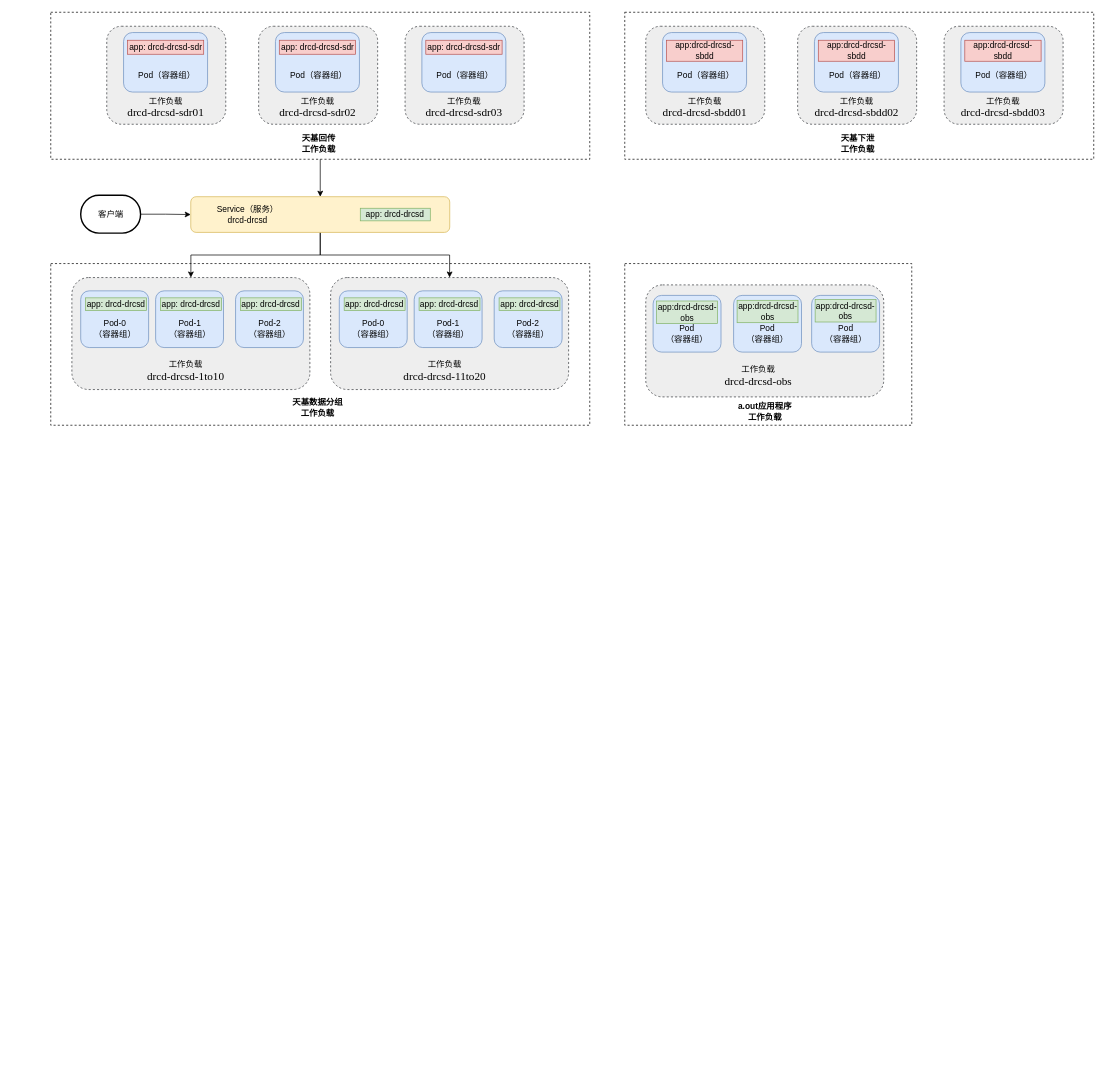
Earlier version of the draw.io diagram page "数据接收与分发软件" (1 of 24) of xw实体模块（软件）部署.drawio (LingClassmate/diagrams). Source tidied: cells renumbered, new cells numbered last; positions are measured from the earlier drawing's top-left corner, leaving out a move shared by most shapes. Both pictures are drawn from the tidied source at 70%, with x=0, y=0 at pixel (50, 12).
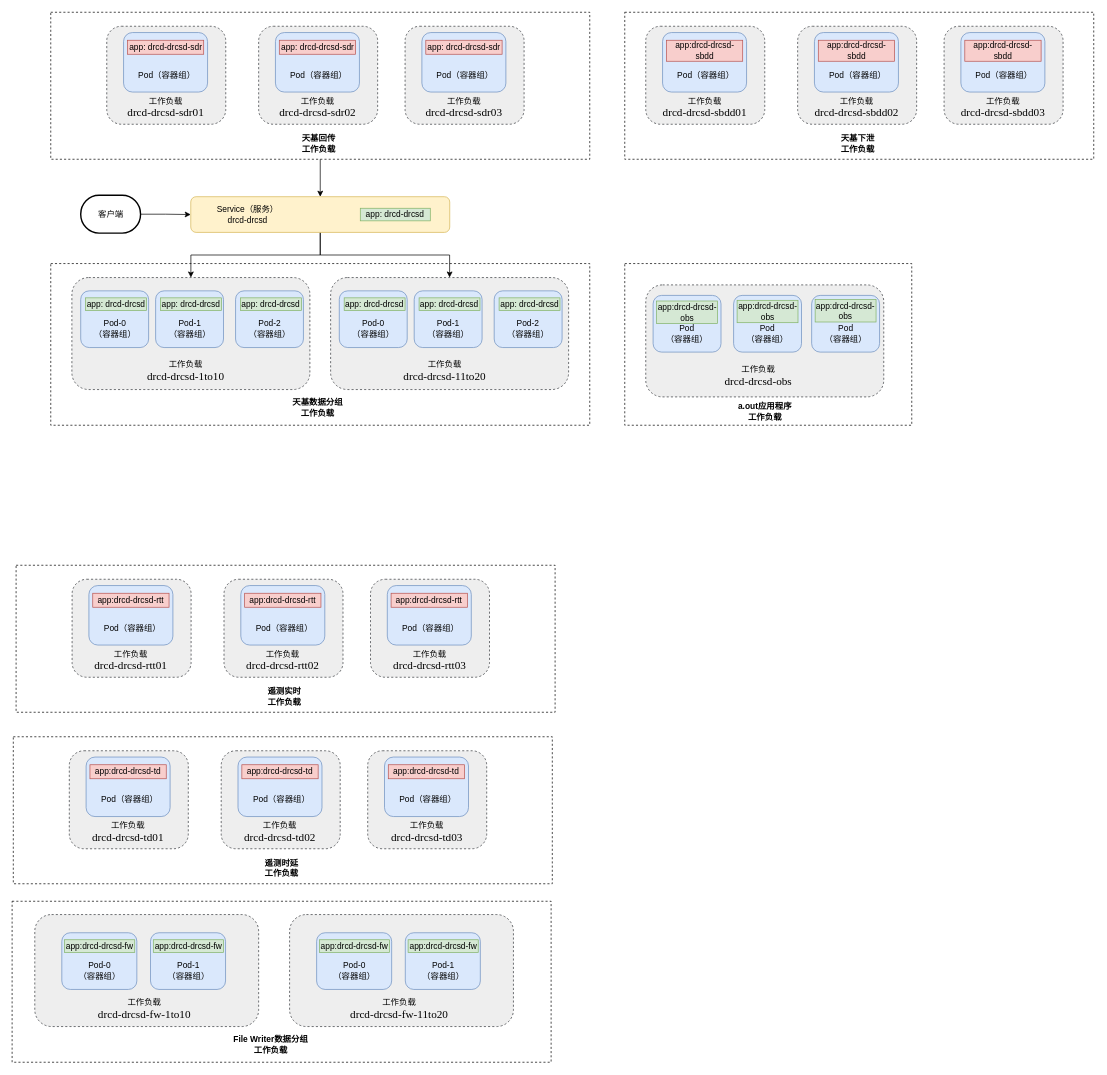
Above is the later version.

Commit message (it also covers changes not shown here):
更新xw实体模块（软件）部署.drawio

Diff of the diagram source:
```diff
@@
+    <mxCell id="81" style="rounded=0;whiteSpace=wrap;html=1;fillColor=none;dashed=1;" parent="1" vertex="1">
+      <mxGeometry x="-55.2" y="1270" width="770" height="230" as="geometry" />
+    </mxCell>
@@
+    <mxCell id="82" style="rounded=0;whiteSpace=wrap;html=1;fillColor=none;dashed=1;" parent="1" vertex="1">
+      <mxGeometry x="-49.5" y="790" width="770" height="210" as="geometry" />
+    </mxCell>
+    <mxCell id="83" style="rounded=1;whiteSpace=wrap;html=1;dashed=1;fillColor=#eeeeee;strokeColor=#36393d;" parent="1" vertex="1">
+      <mxGeometry x="30.5" y="810" width="170" height="140" as="geometry" />
+    </mxCell>
+    <mxCell id="84" style="rounded=1;whiteSpace=wrap;html=1;fillColor=#dae8fc;strokeColor=#6c8ebf;" parent="1" vertex="1">
+      <mxGeometry x="54.5" y="819" width="120" height="85" as="geometry" />
+    </mxCell>
+    <mxCell id="85" value="app:drcd-drcsd-rtt" style="rounded=0;whiteSpace=wrap;html=1;fillColor=#f8cecc;strokeColor=#b85450;" parent="1" vertex="1">
+      <mxGeometry x="60" y="830" width="109" height="20" as="geometry" />
+    </mxCell>
+    <mxCell id="86" value="&lt;div&gt;工作负载&lt;/div&gt;&lt;div&gt;&lt;span style=&quot;font-size:12.0pt;mso-bidi-font-size:&lt;br/&gt;10.0pt;font-family:&amp;quot;Times New Roman&amp;quot;,serif;mso-fareast-font-family:宋体;&lt;br/&gt;mso-ansi-language:EN-US;mso-fareast-language:ZH-CN;mso-bidi-language:AR-SA&quot; lang=&quot;EN-US&quot;&gt;drcd-drcsd-rtt01&lt;/span&gt;&lt;/div&gt;" style="text;html=1;align=center;verticalAlign=middle;whiteSpace=wrap;rounded=0;" parent="1" vertex="1">
+      <mxGeometry x="24.2" y="911" width="180.5" height="30" as="geometry" />
+    </mxCell>
+    <mxCell id="87" value="Pod（容器组）" style="text;html=1;align=center;verticalAlign=middle;whiteSpace=wrap;rounded=0;" parent="1" vertex="1">
+      <mxGeometry x="66.5" y="865" width="100" height="30" as="geometry" />
+    </mxCell>
+    <mxCell id="88" style="rounded=1;whiteSpace=wrap;html=1;dashed=1;fillColor=#eeeeee;strokeColor=#36393d;" parent="1" vertex="1">
+      <mxGeometry x="247.5" y="810" width="170" height="140" as="geometry" />
+    </mxCell>
+    <mxCell id="89" style="rounded=1;whiteSpace=wrap;html=1;fillColor=#dae8fc;strokeColor=#6c8ebf;" parent="1" vertex="1">
+      <mxGeometry x="271.5" y="819" width="120" height="85" as="geometry" />
+    </mxCell>
+    <mxCell id="90" value="app:drcd-drcsd-rtt" style="rounded=0;whiteSpace=wrap;html=1;fillColor=#f8cecc;strokeColor=#b85450;" parent="1" vertex="1">
+      <mxGeometry x="277" y="830" width="109" height="20" as="geometry" />
+    </mxCell>
+    <mxCell id="91" value="&lt;div&gt;工作负载&lt;/div&gt;&lt;div&gt;&lt;span style=&quot;font-size:12.0pt;mso-bidi-font-size:&lt;br/&gt;10.0pt;font-family:&amp;quot;Times New Roman&amp;quot;,serif;mso-fareast-font-family:宋体;&lt;br/&gt;mso-ansi-language:EN-US;mso-fareast-language:ZH-CN;mso-bidi-language:AR-SA&quot; lang=&quot;EN-US&quot;&gt;drcd-drcsd-rtt02&lt;/span&gt;&lt;/div&gt;" style="text;html=1;align=center;verticalAlign=middle;whiteSpace=wrap;rounded=0;" parent="1" vertex="1">
+      <mxGeometry x="241.2" y="911" width="180.5" height="30" as="geometry" />
+    </mxCell>
+    <mxCell id="92" value="Pod（容器组）" style="text;html=1;align=center;verticalAlign=middle;whiteSpace=wrap;rounded=0;" parent="1" vertex="1">
+      <mxGeometry x="283.5" y="865" width="100" height="30" as="geometry" />
+    </mxCell>
+    <mxCell id="93" style="rounded=1;whiteSpace=wrap;html=1;dashed=1;fillColor=#eeeeee;strokeColor=#36393d;" parent="1" vertex="1">
+      <mxGeometry x="456.8" y="810" width="170" height="140" as="geometry" />
+    </mxCell>
+    <mxCell id="94" style="rounded=1;whiteSpace=wrap;html=1;fillColor=#dae8fc;strokeColor=#6c8ebf;" parent="1" vertex="1">
+      <mxGeometry x="480.8" y="819" width="120" height="85" as="geometry" />
+    </mxCell>
+    <mxCell id="95" value="app:drcd-drcsd-rtt" style="rounded=0;whiteSpace=wrap;html=1;fillColor=#f8cecc;strokeColor=#b85450;" parent="1" vertex="1">
+      <mxGeometry x="486.2" y="830" width="109" height="20" as="geometry" />
+    </mxCell>
+    <mxCell id="96" value="&lt;div&gt;工作负载&lt;/div&gt;&lt;div&gt;&lt;span style=&quot;font-size:12.0pt;mso-bidi-font-size:&lt;br/&gt;10.0pt;font-family:&amp;quot;Times New Roman&amp;quot;,serif;mso-fareast-font-family:宋体;&lt;br/&gt;mso-ansi-language:EN-US;mso-fareast-language:ZH-CN;mso-bidi-language:AR-SA&quot; lang=&quot;EN-US&quot;&gt;drcd-drcsd-rtt03&lt;/span&gt;&lt;/div&gt;" style="text;html=1;align=center;verticalAlign=middle;whiteSpace=wrap;rounded=0;" parent="1" vertex="1">
+      <mxGeometry x="450.5" y="911" width="180.5" height="30" as="geometry" />
+    </mxCell>
+    <mxCell id="97" value="Pod（容器组）" style="text;html=1;align=center;verticalAlign=middle;whiteSpace=wrap;rounded=0;" parent="1" vertex="1">
+      <mxGeometry x="492.8" y="865" width="100" height="30" as="geometry" />
+    </mxCell>
+    <mxCell id="98" value="遥测实时&lt;br&gt;工作负载" style="text;html=1;align=center;verticalAlign=middle;whiteSpace=wrap;rounded=0;fontStyle=1;" parent="1" vertex="1">
+      <mxGeometry x="303.5" y="963" width="60" height="30" as="geometry" />
+    </mxCell>
+    <mxCell id="99" style="rounded=0;whiteSpace=wrap;html=1;fillColor=none;dashed=1;" parent="1" vertex="1">
+      <mxGeometry x="-53.5" y="1035" width="770" height="210" as="geometry" />
+    </mxCell>
+    <mxCell id="100" style="rounded=1;whiteSpace=wrap;html=1;dashed=1;fillColor=#eeeeee;strokeColor=#36393d;" parent="1" vertex="1">
+      <mxGeometry x="26.5" y="1055" width="170" height="140" as="geometry" />
+    </mxCell>
+    <mxCell id="101" style="rounded=1;whiteSpace=wrap;html=1;fillColor=#dae8fc;strokeColor=#6c8ebf;" parent="1" vertex="1">
+      <mxGeometry x="50.5" y="1064" width="120" height="85" as="geometry" />
+    </mxCell>
+    <mxCell id="102" value="app:drcd-drcsd-td" style="rounded=0;whiteSpace=wrap;html=1;fillColor=#f8cecc;strokeColor=#b85450;" parent="1" vertex="1">
+      <mxGeometry x="56" y="1075" width="109" height="20" as="geometry" />
+    </mxCell>
+    <mxCell id="103" value="&lt;div&gt;工作负载&lt;/div&gt;&lt;div&gt;&lt;span style=&quot;font-size:12.0pt;mso-bidi-font-size:&lt;br/&gt;10.0pt;font-family:&amp;quot;Times New Roman&amp;quot;,serif;mso-fareast-font-family:宋体;&lt;br/&gt;mso-ansi-language:EN-US;mso-fareast-language:ZH-CN;mso-bidi-language:AR-SA&quot; lang=&quot;EN-US&quot;&gt;drcd-drcsd-td01&lt;/span&gt;&lt;/div&gt;" style="text;html=1;align=center;verticalAlign=middle;whiteSpace=wrap;rounded=0;" parent="1" vertex="1">
+      <mxGeometry x="20.2" y="1156" width="180.5" height="30" as="geometry" />
+    </mxCell>
+    <mxCell id="104" value="Pod（容器组）" style="text;html=1;align=center;verticalAlign=middle;whiteSpace=wrap;rounded=0;" parent="1" vertex="1">
+      <mxGeometry x="62.5" y="1110" width="100" height="30" as="geometry" />
+    </mxCell>
+    <mxCell id="105" style="rounded=1;whiteSpace=wrap;html=1;dashed=1;fillColor=#eeeeee;strokeColor=#36393d;" parent="1" vertex="1">
+      <mxGeometry x="243.5" y="1055" width="170" height="140" as="geometry" />
+    </mxCell>
+    <mxCell id="106" style="rounded=1;whiteSpace=wrap;html=1;fillColor=#dae8fc;strokeColor=#6c8ebf;" parent="1" vertex="1">
+      <mxGeometry x="267.5" y="1064" width="120" height="85" as="geometry" />
+    </mxCell>
+    <mxCell id="107" value="app:drcd-drcsd-td" style="rounded=0;whiteSpace=wrap;html=1;fillColor=#f8cecc;strokeColor=#b85450;" parent="1" vertex="1">
+      <mxGeometry x="273" y="1075" width="109" height="20" as="geometry" />
+    </mxCell>
+    <mxCell id="108" value="&lt;div&gt;工作负载&lt;/div&gt;&lt;div&gt;&lt;span style=&quot;font-size:12.0pt;mso-bidi-font-size:&lt;br/&gt;10.0pt;font-family:&amp;quot;Times New Roman&amp;quot;,serif;mso-fareast-font-family:宋体;&lt;br/&gt;mso-ansi-language:EN-US;mso-fareast-language:ZH-CN;mso-bidi-language:AR-SA&quot; lang=&quot;EN-US&quot;&gt;drcd-drcsd-td02&lt;/span&gt;&lt;/div&gt;" style="text;html=1;align=center;verticalAlign=middle;whiteSpace=wrap;rounded=0;" parent="1" vertex="1">
+      <mxGeometry x="237.2" y="1156" width="180.5" height="30" as="geometry" />
+    </mxCell>
+    <mxCell id="109" value="Pod（容器组）" style="text;html=1;align=center;verticalAlign=middle;whiteSpace=wrap;rounded=0;" parent="1" vertex="1">
+      <mxGeometry x="279.5" y="1110" width="100" height="30" as="geometry" />
+    </mxCell>
+    <mxCell id="110" style="rounded=1;whiteSpace=wrap;html=1;dashed=1;fillColor=#eeeeee;strokeColor=#36393d;" parent="1" vertex="1">
+      <mxGeometry x="452.8" y="1055" width="170" height="140" as="geometry" />
+    </mxCell>
+    <mxCell id="111" style="rounded=1;whiteSpace=wrap;html=1;fillColor=#dae8fc;strokeColor=#6c8ebf;" parent="1" vertex="1">
+      <mxGeometry x="476.8" y="1064" width="120" height="85" as="geometry" />
+    </mxCell>
+    <mxCell id="112" value="app:drcd-drcsd-td" style="rounded=0;whiteSpace=wrap;html=1;fillColor=#f8cecc;strokeColor=#b85450;" parent="1" vertex="1">
+      <mxGeometry x="482.2" y="1075" width="109" height="20" as="geometry" />
+    </mxCell>
+    <mxCell id="113" value="&lt;div&gt;工作负载&lt;/div&gt;&lt;div&gt;&lt;span style=&quot;font-size:12.0pt;mso-bidi-font-size:&lt;br/&gt;10.0pt;font-family:&amp;quot;Times New Roman&amp;quot;,serif;mso-fareast-font-family:宋体;&lt;br/&gt;mso-ansi-language:EN-US;mso-fareast-language:ZH-CN;mso-bidi-language:AR-SA&quot; lang=&quot;EN-US&quot;&gt;drcd-drcsd-td03&lt;/span&gt;&lt;/div&gt;" style="text;html=1;align=center;verticalAlign=middle;whiteSpace=wrap;rounded=0;" parent="1" vertex="1">
+      <mxGeometry x="446.5" y="1156" width="180.5" height="30" as="geometry" />
+    </mxCell>
+    <mxCell id="114" value="Pod（容器组）" style="text;html=1;align=center;verticalAlign=middle;whiteSpace=wrap;rounded=0;" parent="1" vertex="1">
+      <mxGeometry x="488.8" y="1110" width="100" height="30" as="geometry" />
+    </mxCell>
+    <mxCell id="115" value="遥测时延&lt;br&gt;工作负载" style="text;html=1;align=center;verticalAlign=middle;whiteSpace=wrap;rounded=0;fontStyle=1;" parent="1" vertex="1">
+      <mxGeometry x="299.5" y="1208" width="60" height="30" as="geometry" />
+    </mxCell>
+    <mxCell id="116" style="rounded=1;whiteSpace=wrap;html=1;dashed=1;fillColor=#eeeeee;strokeColor=#36393d;" parent="1" vertex="1">
+      <mxGeometry x="-22.8" y="1289" width="319.8" height="160" as="geometry" />
+    </mxCell>
+    <mxCell id="117" style="rounded=1;whiteSpace=wrap;html=1;fillColor=#dae8fc;strokeColor=#6c8ebf;" parent="1" vertex="1">
+      <mxGeometry x="15.8" y="1315" width="107.2" height="81" as="geometry" />
+    </mxCell>
+    <mxCell id="118" value="app:drcd-drcsd-fw" style="rounded=0;whiteSpace=wrap;html=1;fillColor=#d5e8d4;strokeColor=#82b366;" parent="1" vertex="1">
+      <mxGeometry x="19.8" y="1325" width="100.2" height="18" as="geometry" />
+    </mxCell>
+    <mxCell id="119" value="&lt;div&gt;工作负载&lt;/div&gt;&lt;div&gt;&lt;span style=&quot;font-size:12.0pt;mso-bidi-font-size:&lt;br/&gt;10.0pt;font-family:&amp;quot;Times New Roman&amp;quot;,serif;mso-fareast-font-family:宋体;&lt;br/&gt;mso-ansi-language:EN-US;mso-fareast-language:ZH-CN;mso-bidi-language:AR-SA&quot; lang=&quot;EN-US&quot;&gt;drcd-drcsd-fw-1to10&lt;/span&gt;&lt;/div&gt;" style="text;html=1;align=center;verticalAlign=middle;whiteSpace=wrap;rounded=0;" parent="1" vertex="1">
+      <mxGeometry x="19" y="1409" width="230" height="30" as="geometry" />
+    </mxCell>
+    <mxCell id="120" value="Pod-0&lt;br&gt;（容器组）" style="text;html=1;align=center;verticalAlign=middle;whiteSpace=wrap;rounded=0;" parent="1" vertex="1">
+      <mxGeometry x="37.1" y="1354" width="65.5" height="30" as="geometry" />
+    </mxCell>
+    <mxCell id="121" value="File Writer数据分组&lt;br&gt;工作负载" style="text;html=1;align=center;verticalAlign=middle;whiteSpace=wrap;rounded=0;fontStyle=1;" parent="1" vertex="1">
+      <mxGeometry x="255.2" y="1460" width="118.5" height="30" as="geometry" />
+    </mxCell>
+    <mxCell id="122" style="rounded=1;whiteSpace=wrap;html=1;fillColor=#dae8fc;strokeColor=#6c8ebf;" parent="1" vertex="1">
+      <mxGeometry x="142.5" y="1315" width="107.2" height="81" as="geometry" />
+    </mxCell>
+    <mxCell id="123" value="app:drcd-drcsd-fw" style="rounded=0;whiteSpace=wrap;html=1;fillColor=#d5e8d4;strokeColor=#82b366;" parent="1" vertex="1">
+      <mxGeometry x="146.5" y="1325" width="100.2" height="18" as="geometry" />
+    </mxCell>
+    <mxCell id="124" value="Pod-1&lt;br&gt;（容器组）" style="text;html=1;align=center;verticalAlign=middle;whiteSpace=wrap;rounded=0;" parent="1" vertex="1">
+      <mxGeometry x="163.9" y="1354" width="65.5" height="30" as="geometry" />
+    </mxCell>
+    <mxCell id="125" style="rounded=1;whiteSpace=wrap;html=1;dashed=1;fillColor=#eeeeee;strokeColor=#36393d;" parent="1" vertex="1">
+      <mxGeometry x="341.2" y="1289" width="319.8" height="160" as="geometry" />
+    </mxCell>
+    <mxCell id="126" style="rounded=1;whiteSpace=wrap;html=1;fillColor=#dae8fc;strokeColor=#6c8ebf;" parent="1" vertex="1">
+      <mxGeometry x="379.8" y="1315" width="107.2" height="81" as="geometry" />
+    </mxCell>
+    <mxCell id="127" value="app:drcd-drcsd-fw" style="rounded=0;whiteSpace=wrap;html=1;fillColor=#d5e8d4;strokeColor=#82b366;" parent="1" vertex="1">
+      <mxGeometry x="383.8" y="1325" width="100.2" height="18" as="geometry" />
+    </mxCell>
+    <mxCell id="128" value="&lt;div&gt;工作负载&lt;/div&gt;&lt;div&gt;&lt;span style=&quot;font-size:12.0pt;mso-bidi-font-size:&lt;br/&gt;10.0pt;font-family:&amp;quot;Times New Roman&amp;quot;,serif;mso-fareast-font-family:宋体;&lt;br/&gt;mso-ansi-language:EN-US;mso-fareast-language:ZH-CN;mso-bidi-language:AR-SA&quot; lang=&quot;EN-US&quot;&gt;drcd-drcsd-fw-11to20&lt;/span&gt;&lt;/div&gt;" style="text;html=1;align=center;verticalAlign=middle;whiteSpace=wrap;rounded=0;" parent="1" vertex="1">
+      <mxGeometry x="383" y="1409" width="230" height="30" as="geometry" />
+    </mxCell>
+    <mxCell id="129" value="Pod-0&lt;br&gt;（容器组）" style="text;html=1;align=center;verticalAlign=middle;whiteSpace=wrap;rounded=0;" parent="1" vertex="1">
+      <mxGeometry x="401.1" y="1354" width="65.5" height="30" as="geometry" />
+    </mxCell>
+    <mxCell id="130" style="rounded=1;whiteSpace=wrap;html=1;fillColor=#dae8fc;strokeColor=#6c8ebf;" parent="1" vertex="1">
+      <mxGeometry x="506.5" y="1315" width="107.2" height="81" as="geometry" />
+    </mxCell>
+    <mxCell id="131" value="app:drcd-drcsd-fw" style="rounded=0;whiteSpace=wrap;html=1;fillColor=#d5e8d4;strokeColor=#82b366;" parent="1" vertex="1">
+      <mxGeometry x="510.5" y="1325" width="100.2" height="18" as="geometry" />
+    </mxCell>
+    <mxCell id="132" value="Pod-1&lt;br&gt;（容器组）" style="text;html=1;align=center;verticalAlign=middle;whiteSpace=wrap;rounded=0;" parent="1" vertex="1">
+      <mxGeometry x="527.9" y="1354" width="65.5" height="30" as="geometry" />
+    </mxCell>
```
